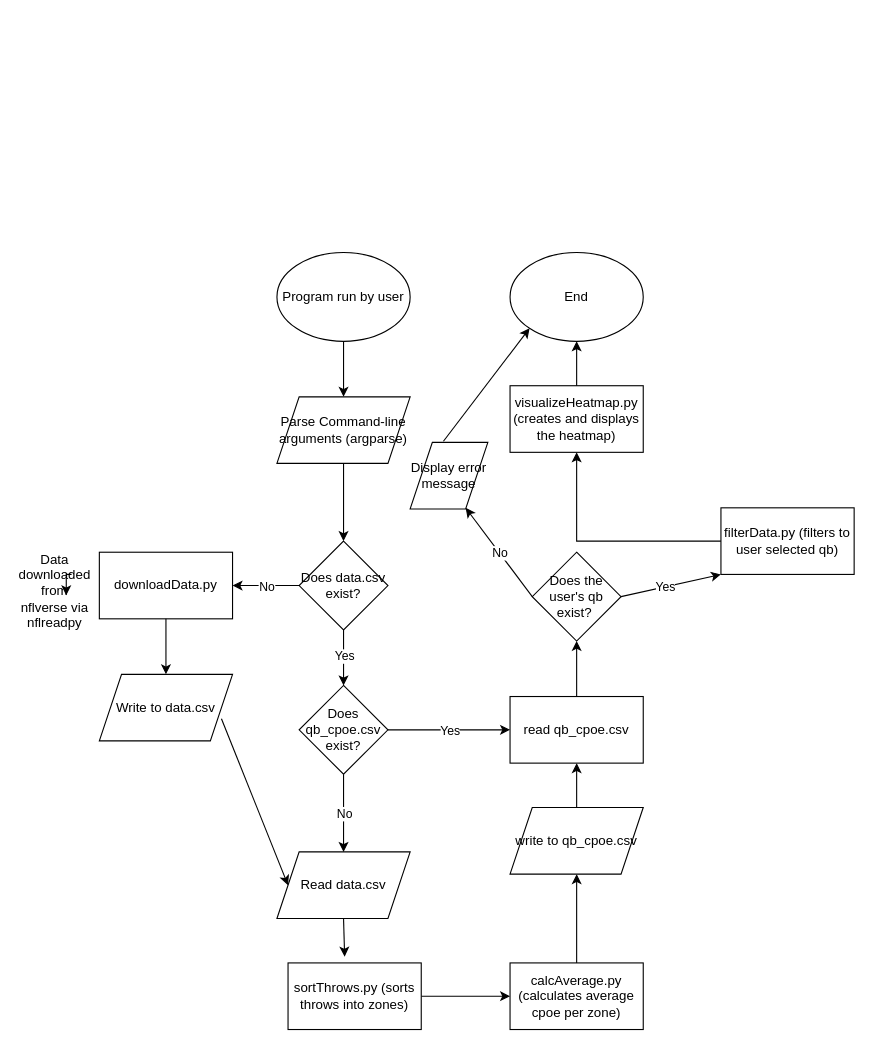
brgilly16/NFL-QB-Heatmaps keeps this draw.io diagram as System Diagram.drawio. Above is the earlier version. Source tidied: cells renumbered, new cells numbered last; positions are measured from the earlier drawing's top-left corner, leaving out a move shared by most shapes. Both pictures are drawn from the tidied source at 111%, with x=0, y=0 at pixel (21, 252).
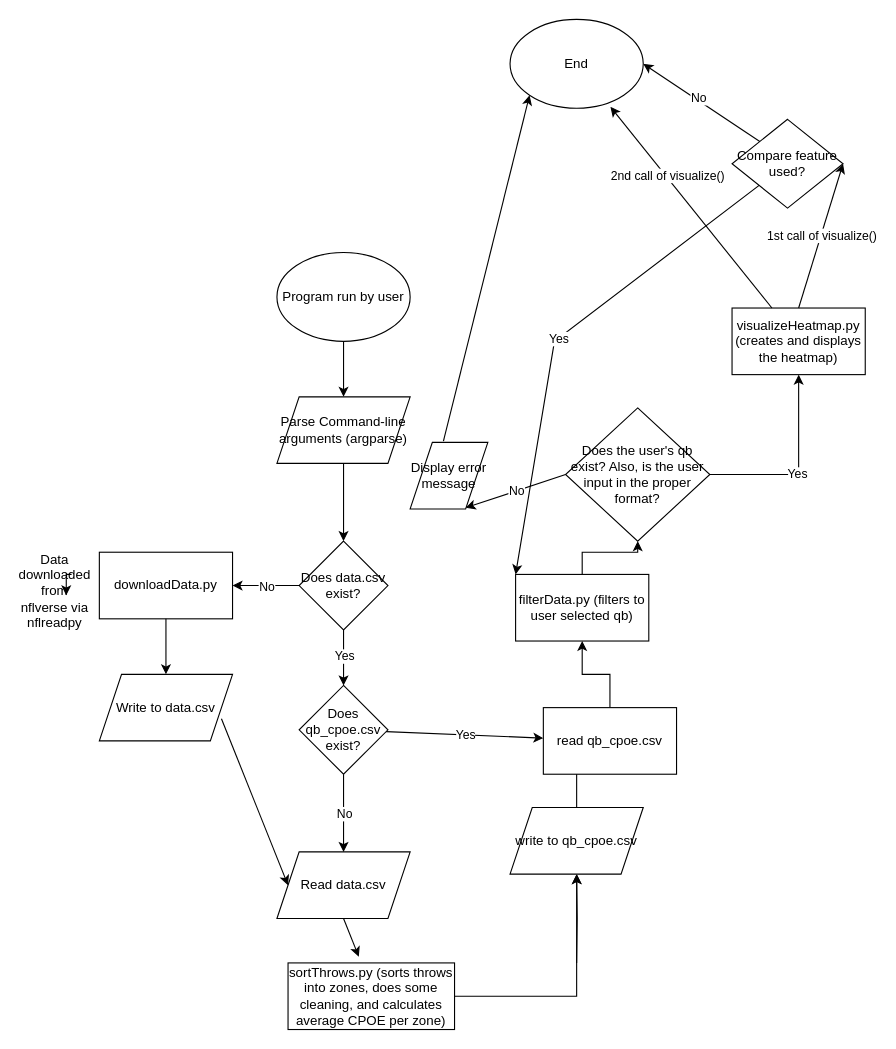
After the change.

The change refers to these unchanged cells:
```xml
<mxCell id="28" value="write to qb_cpoe.csv" style="shape=parallelogram;perimeter=parallelogramPerimeter;whiteSpace=wrap;html=1;shapeInside=1;fixedSize=1;rounded=0;" parent="1" vertex="1">
  <mxGeometry x="440" y="500" width="120" height="60" as="geometry" />
</mxCell>
```

The edit, as a diff of the source:
```diff
@@
-    <mxCell id="18" style="edgeStyle=orthogonalEdgeStyle;rounded=0;jettySize=auto;html=1;defaultLabelBackgroundColor=page;" parent="1" edge="1" source="19" target="26">
-      <mxGeometry relative="1" as="geometry" />
+    <mxCell id="18" style="edgeStyle=orthogonalEdgeStyle;rounded=0;jettySize=auto;html=1;defaultLabelBackgroundColor=page;entryX=0.5;entryY=1;entryDx=0;entryDy=0;" parent="1" edge="1" source="19" target="28">
+      <mxGeometry x="-0.68" relative="1" as="geometry" />
     </mxCell>
-    <mxCell id="19" value="sortThrows.py (sorts throws into zones)" style="rounded=0;whiteSpace=wrap;html=1;" parent="1" vertex="1">
-      <mxGeometry x="240" y="640" width="120" height="60" as="geometry" />
+    <mxCell id="19" value="sortThrows.py (sorts throws into zones, does some cleaning, and calculates average CPOE per zone)" style="rounded=0;whiteSpace=wrap;html=1;" parent="1" vertex="1">
+      <mxGeometry x="240" y="640" width="150" height="60" as="geometry" />
     </mxCell>
@@
-    <mxCell id="25" style="edgeStyle=orthogonalEdgeStyle;rounded=0;jettySize=auto;html=1;defaultLabelBackgroundColor=page;" parent="1" edge="1" source="26" target="28">
-      <mxGeometry relative="1" as="geometry" />
+    <mxCell id="25" style="edgeStyle=orthogonalEdgeStyle;rounded=0;jettySize=auto;html=1;defaultLabelBackgroundColor=page;" parent="1" edge="1" target="28">
+      <mxGeometry relative="1" as="geometry">
+        <mxPoint x="500" y="640" as="sourcePoint" />
+      </mxGeometry>
     </mxCell>
-    <mxCell id="26" value="calcAverage.py (calculates average cpoe per zone)" style="whiteSpace=wrap;html=1;rounded=0;" parent="1" vertex="1">
-      <mxGeometry x="440" y="640" width="120" height="60" as="geometry" />
-    </mxCell>
@@
-    <mxCell id="29" style="edgeStyle=orthogonalEdgeStyle;rounded=0;jettySize=auto;html=1;defaultLabelBackgroundColor=page;entryX=0.5;entryY=1;entryDx=0;entryDy=0;" parent="1" edge="1" source="30" target="36">
+    <mxCell id="29" style="edgeStyle=orthogonalEdgeStyle;rounded=0;jettySize=auto;html=1;defaultLabelBackgroundColor=page;entryX=0.5;entryY=1;entryDx=0;entryDy=0;" parent="1" edge="1" source="30" target="32">
       <mxGeometry x="-0.32" relative="1" as="geometry" />
     </mxCell>
     <mxCell id="30" value="read qb_cpoe.csv" style="rounded=0;whiteSpace=wrap;html=1;" parent="1" vertex="1">
-      <mxGeometry x="440" y="400" width="120" height="60" as="geometry" />
+      <mxGeometry x="470" y="410" width="120" height="60" as="geometry" />
     </mxCell>
-    <mxCell id="31" style="edgeStyle=orthogonalEdgeStyle;rounded=0;jettySize=auto;html=1;defaultLabelBackgroundColor=page;" parent="1" edge="1" source="32" target="33">
+    <mxCell id="31" style="edgeStyle=orthogonalEdgeStyle;rounded=0;jettySize=auto;html=1;defaultLabelBackgroundColor=page;" parent="1" edge="1" source="36" target="33">
       <mxGeometry relative="1" as="geometry" />
     </mxCell>
+    <mxCell id="45" value="Yes" style="edgeLabel;html=1;align=center;verticalAlign=middle;inheritText=1;defaultLabelBackgroundColor=page;" parent="31" vertex="1">
+      <mxGeometry x="-0.08" y="1" relative="1" as="geometry" />
+    </mxCell>
     <mxCell id="32" value="filterData.py (filters to user selected qb)" style="whiteSpace=wrap;html=1;rounded=0;" parent="1" vertex="1">
-      <mxGeometry x="630" y="230" width="120" height="60" as="geometry" />
+      <mxGeometry x="445" y="290" width="120" height="60" as="geometry" />
     </mxCell>
     <mxCell id="33" value="visualizeHeatmap.py (creates and displays the heatmap)" style="whiteSpace=wrap;html=1;rounded=0;" parent="1" vertex="1">
-      <mxGeometry x="440" y="120" width="120" height="60" as="geometry" />
+      <mxGeometry x="640" y="50" width="120" height="60" as="geometry" />
     </mxCell>
     <mxCell id="34" value="End" style="ellipse;whiteSpace=wrap;html=1;shapeInside=1;" parent="1" vertex="1">
-      <mxGeometry x="440" width="120" height="80" as="geometry" />
+      <mxGeometry x="440" y="-210" width="120" height="80" as="geometry" />
     </mxCell>
-    <mxCell id="35" style="endArrow=classic;html=1;rounded=0;defaultLabelBackgroundColor=page;entryX=0.5;entryY=1;entryDx=0;entryDy=0;" parent="1" edge="1" target="34">
-      <mxGeometry relative="1" as="geometry">
-        <mxPoint x="500" y="120" as="sourcePoint" />
-      </mxGeometry>
+    <mxCell id="35" style="endArrow=classic;html=1;rounded=0;defaultLabelBackgroundColor=page;entryX=1;entryY=0.5;entryDx=0;entryDy=0;exitX=0.5;exitY=0;exitDx=0;exitDy=0;" parent="1" edge="1" source="33" target="48">
+      <mxGeometry relative="1" as="geometry" />
     </mxCell>
-    <mxCell id="36" value="Does the user's qb exist?&amp;nbsp;" style="rhombus;whiteSpace=wrap;html=1;shapeInside=1;" parent="1" vertex="1">
-      <mxGeometry x="460" y="270" width="80" height="80" as="geometry" />
-    </mxCell>
-    <mxCell id="37" style="endArrow=classic;html=1;rounded=0;defaultLabelBackgroundColor=page;entryX=0;entryY=1;entryDx=0;entryDy=0;" parent="1" edge="1" target="32">
-      <mxGeometry relative="1" as="geometry">
-        <mxPoint x="540" y="310" as="sourcePoint" />
-      </mxGeometry>
-    </mxCell>
-    <mxCell id="38" value="Yes" style="edgeLabel;html=1;inheritText=1;align=center;verticalAlign=middle;defaultLabelBackgroundColor=page;" parent="37" vertex="1">
-      <mxGeometry relative="1" as="geometry">
-        <mxPoint x="-5" as="offset" />
-      </mxGeometry>
-    </mxCell>
+    <mxCell id="46" value="1st call of visualize()" style="edgeLabel;html=1;align=center;verticalAlign=middle;inheritText=1;defaultLabelBackgroundColor=page;" parent="35" vertex="1">
+      <mxGeometry x="0.01" relative="1" as="geometry" />
+    </mxCell>
@@
+    <mxCell id="47" style="edgeStyle=orthogonalEdgeStyle;rounded=0;jettySize=auto;html=1;defaultLabelBackgroundColor=page;" parent="1" edge="1" source="32" target="36">
+      <mxGeometry relative="1" as="geometry" />
+    </mxCell>
+    <mxCell id="36" value="Does the user's qb exist? Also, is the user input in the proper format?" style="rhombus;whiteSpace=wrap;html=1;shapeInside=1;" parent="1" vertex="1">
+      <mxGeometry x="490" y="140" width="130" height="120" as="geometry" />
+    </mxCell>
+    <mxCell id="48" value="Compare feature used?" style="rhombus;whiteSpace=wrap;html=1;shapeInside=1;" parent="1" vertex="1">
+      <mxGeometry x="640" y="-120" width="100" height="80" as="geometry" />
+    </mxCell>
+    <mxCell id="49" style="endArrow=classic;html=1;rounded=0;defaultLabelBackgroundColor=page;exitX=0;exitY=0;exitDx=0;exitDy=0;entryX=1;entryY=0.5;entryDx=0;entryDy=0;" parent="1" edge="1" source="48" target="34">
+      <mxGeometry relative="1" as="geometry" />
+    </mxCell>
+    <mxCell id="50" value="No" style="edgeLabel;html=1;align=center;verticalAlign=middle;inheritText=1;defaultLabelBackgroundColor=page;" parent="49" vertex="1">
+      <mxGeometry x="0.18" y="3" relative="1" as="geometry">
+        <mxPoint x="8" y="-1" as="offset" />
+      </mxGeometry>
+    </mxCell>
+    <mxCell id="51" style="endArrow=classic;html=1;rounded=0;defaultLabelBackgroundColor=page;entryX=0;entryY=0;entryDx=0;entryDy=0;" parent="1" edge="1" source="48" target="32">
+      <mxGeometry x="-0.02" relative="1" as="geometry">
+        <Array as="points">
+          <mxPoint x="480" y="80" />
+        </Array>
+      </mxGeometry>
+    </mxCell>
+    <mxCell id="52" value="Yes" style="edgeLabel;html=1;align=center;verticalAlign=middle;inheritText=1;defaultLabelBackgroundColor=page;" parent="51" vertex="1">
+      <mxGeometry x="0.02" relative="1" as="geometry" />
+    </mxCell>
+    <mxCell id="53" style="endArrow=classic;html=1;rounded=0;defaultLabelBackgroundColor=page;entryX=0.754;entryY=0.985;entryDx=0;entryDy=0;entryPerimeter=0;" parent="1" edge="1" source="33" target="34">
+      <mxGeometry relative="1" as="geometry" />
+    </mxCell>
+    <mxCell id="54" value="2nd call of visualize()" style="edgeLabel;html=1;align=center;verticalAlign=middle;inheritText=1;defaultLabelBackgroundColor=page;" parent="53" vertex="1">
+      <mxGeometry x="0.31" y="-1" relative="1" as="geometry" />
+    </mxCell>
```
